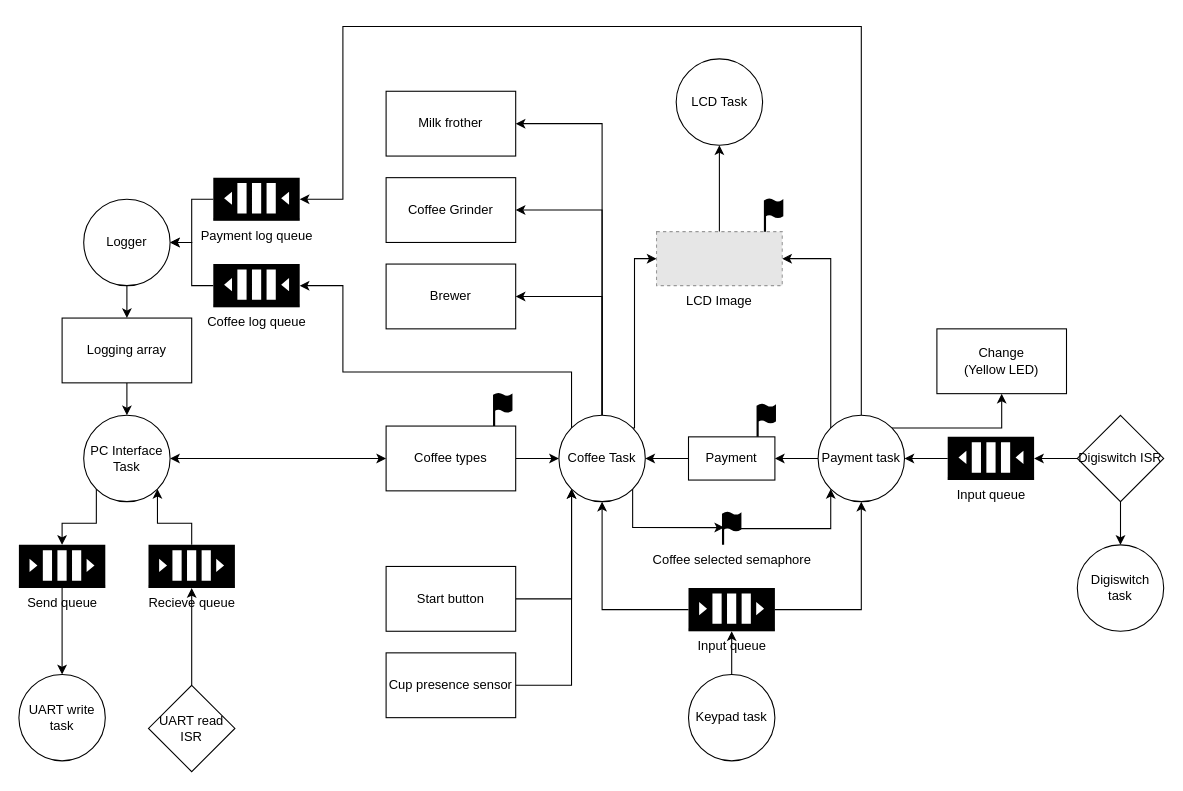
Above: page "Task Diagram" (1 of 3) of taskdiagram.drawio in Megalegomand/RB4-EMP-Final-Assigment (draw.io), before the change. Source tidied: cells renumbered, new cells numbered last; positions are measured from the earlier drawing's top-left corner, leaving out a move shared by most shapes. Both pictures are drawn from the tidied source at 108%, with x=0, y=0 at pixel (18, 26). Pictures stored in the file or linked from it are replaced by grey dashed boxes.
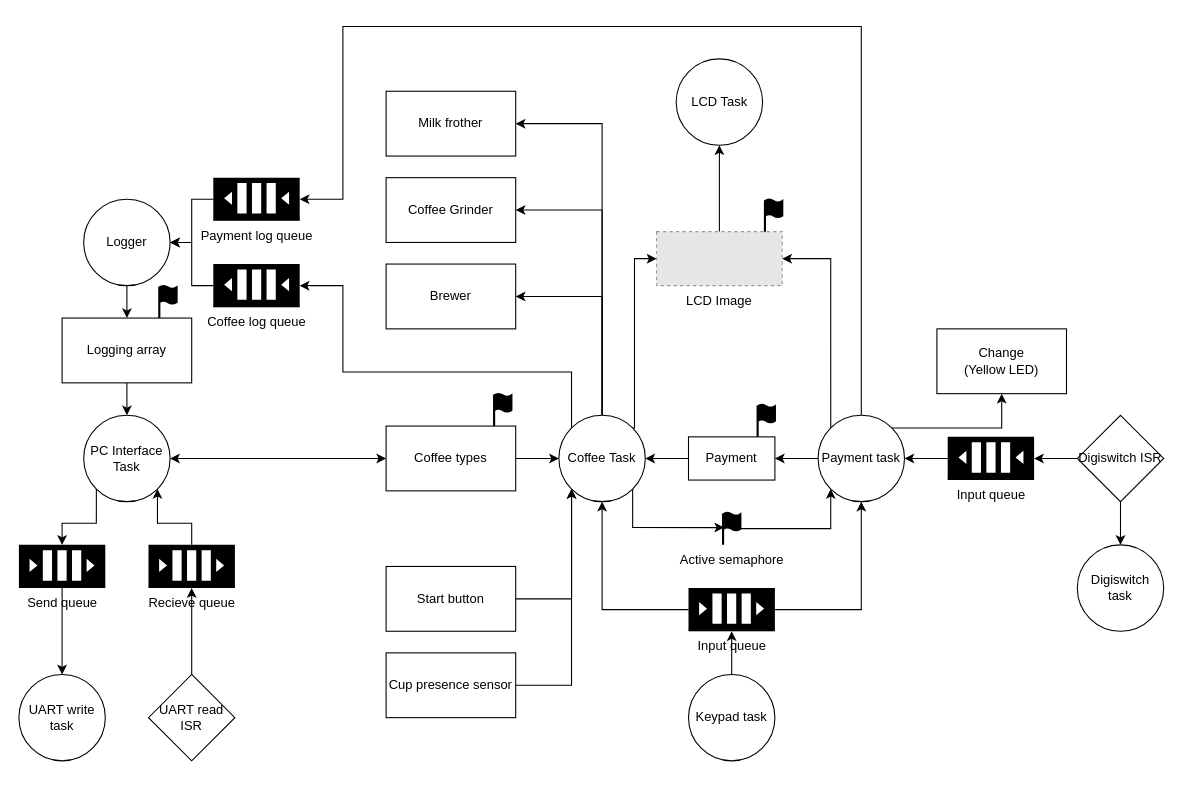
After the change.

Commit message (it also covers changes not shown here):
Mere FSM

What changed in the source:
```diff
@@
     <mxCell id="48" value="UART read ISR" style="rhombus;whiteSpace=wrap;html=1;" parent="1" vertex="1">
-      <mxGeometry x="120" y="610" width="80" height="80" as="geometry" />
+      <mxGeometry x="120" y="600" width="80" height="80" as="geometry" />
     </mxCell>
@@
-    <mxCell id="60" value="Coffee selected semaphore" style="html=1;verticalLabelPosition=bottom;align=center;labelBackgroundColor=#ffffff;verticalAlign=top;strokeWidth=2;shadow=0;dashed=0;shape=mxgraph.ios7.icons.flag;fillColor=#000000;" parent="1" vertex="1">
+    <mxCell id="60" value="Active semaphore" style="html=1;verticalLabelPosition=bottom;align=center;labelBackgroundColor=#ffffff;verticalAlign=top;strokeWidth=2;shadow=0;dashed=0;shape=mxgraph.ios7.icons.flag;fillColor=#000000;" parent="1" vertex="1">
       <mxGeometry x="652" y="450" width="16" height="30" as="geometry" />
     </mxCell>
@@
+    <mxCell id="63" style="html=1;verticalLabelPosition=bottom;align=center;labelBackgroundColor=#ffffff;verticalAlign=top;strokeWidth=2;shadow=0;dashed=0;shape=mxgraph.ios7.icons.flag;fillColor=#000000;" parent="1" vertex="1">
+      <mxGeometry x="130" y="240" width="16" height="30" as="geometry" />
+    </mxCell>
```
